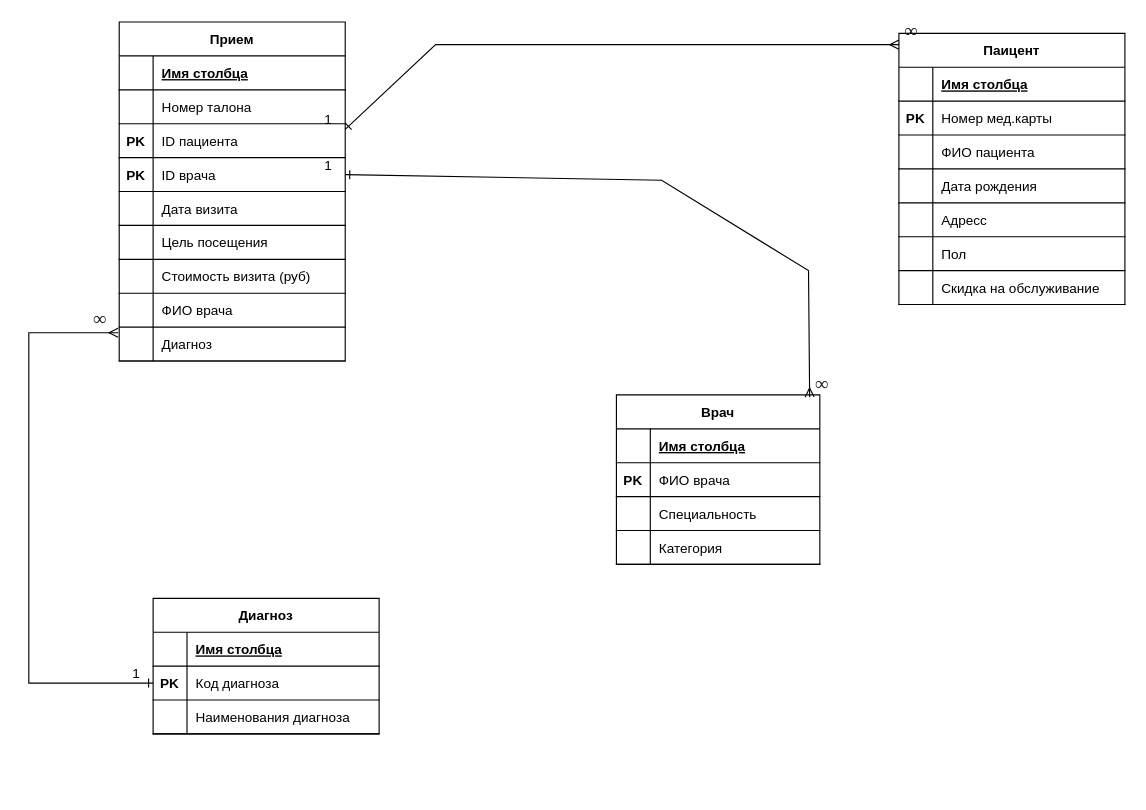
Above: ER пользовательская.drawio in Koloda2/ER-diagrams (draw.io), before the change. Source tidied: cells renumbered, new cells numbered last; positions are measured from the earlier drawing's top-left corner, leaving out a move shared by most shapes. Both pictures are drawn from the tidied source at 113%, with x=0, y=0 at pixel (28, 21).
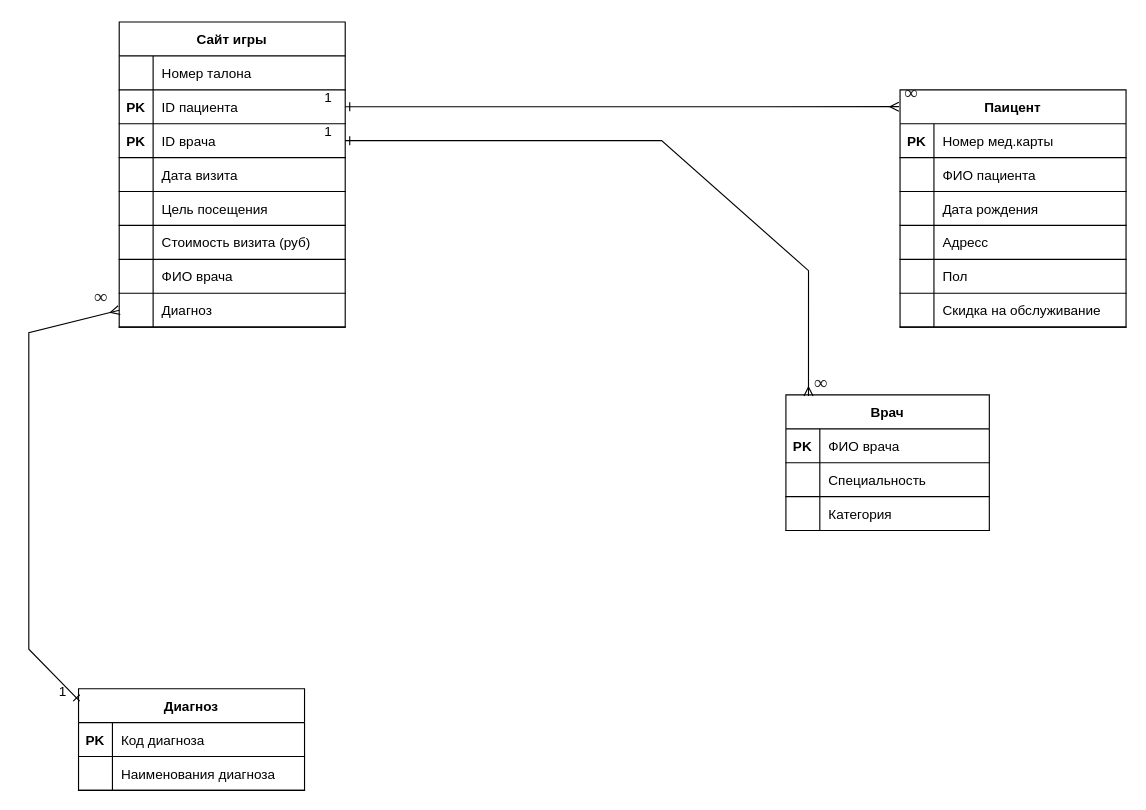
After the change.

Change to the diagram source:
```diff
@@
     <mxCell id="2" value="Врач" style="shape=table;startSize=30;childLayout=tableLayout;rowLines=0;fontStyle=1;align=center;" parent="1" vertex="1">
-      <mxGeometry x="520" y="330" width="180" height="150" as="geometry" />
+      <mxGeometry x="670" y="330" width="180" height="120" as="geometry" />
     </mxCell>
-    <mxCell id="3" style="shape=tableRow;horizontal=0;startSize=0;swimlaneHead=0;swimlaneBody=0;fillColor=none;top=0;left=0;right=0;bottom=1;" parent="2" vertex="1">
-      <mxGeometry y="30" width="180" height="30" as="geometry" />
-    </mxCell>
-    <mxCell id="4" style="shape=partialRectangle;fillColor=none;top=0;left=0;bottom=0;right=0;fontStyle=1;overflow=hidden;" parent="3" vertex="1">
-      <mxGeometry width="30" height="30" as="geometry" />
-    </mxCell>
-    <mxCell id="5" value="Имя столбца" style="shape=partialRectangle;fillColor=none;top=0;left=0;bottom=0;right=0;align=left;spacingLeft=6;fontStyle=5;overflow=hidden;" parent="3" vertex="1">
-      <mxGeometry x="30" width="150" height="30" as="geometry" />
-    </mxCell>
     <mxCell id="6" style="shape=tableRow;horizontal=0;startSize=0;swimlaneHead=0;swimlaneBody=0;fillColor=none;top=0;left=0;right=0;bottom=1;" parent="2" vertex="1">
-      <mxGeometry y="60" width="180" height="30" as="geometry" />
+      <mxGeometry y="30" width="180" height="30" as="geometry" />
     </mxCell>
@@
     <mxCell id="9" style="shape=tableRow;horizontal=0;startSize=0;swimlaneHead=0;swimlaneBody=0;fillColor=none;top=0;left=0;right=0;bottom=1;" parent="2" vertex="1">
-      <mxGeometry y="90" width="180" height="30" as="geometry" />
+      <mxGeometry y="60" width="180" height="30" as="geometry" />
     </mxCell>
@@
     <mxCell id="12" style="shape=tableRow;horizontal=0;startSize=0;swimlaneHead=0;swimlaneBody=0;fillColor=none;top=0;left=0;right=0;bottom=1;" parent="2" vertex="1">
-      <mxGeometry y="120" width="180" height="30" as="geometry" />
+      <mxGeometry y="90" width="180" height="30" as="geometry" />
     </mxCell>
@@
     <mxCell id="15" value="Паицент" style="shape=table;startSize=30;childLayout=tableLayout;rowLines=0;fontStyle=1;align=center;" parent="1" vertex="1">
-      <mxGeometry x="770" y="10" width="200" height="240" as="geometry" />
+      <mxGeometry x="771" y="60" width="200" height="210" as="geometry" />
     </mxCell>
-    <mxCell id="16" style="shape=tableRow;horizontal=0;startSize=0;swimlaneHead=0;swimlaneBody=0;fillColor=none;top=0;left=0;right=0;bottom=1;" parent="15" vertex="1">
-      <mxGeometry y="30" width="200" height="30" as="geometry" />
-    </mxCell>
-    <mxCell id="17" style="shape=partialRectangle;fillColor=none;top=0;left=0;bottom=0;right=0;fontStyle=1;overflow=hidden;" parent="16" vertex="1">
-      <mxGeometry width="30" height="30" as="geometry" />
-    </mxCell>
-    <mxCell id="18" value="Имя столбца" style="shape=partialRectangle;fillColor=none;top=0;left=0;bottom=0;right=0;align=left;spacingLeft=6;fontStyle=5;overflow=hidden;" parent="16" vertex="1">
-      <mxGeometry x="30" width="170" height="30" as="geometry" />
-    </mxCell>
     <mxCell id="19" style="shape=tableRow;horizontal=0;startSize=0;swimlaneHead=0;swimlaneBody=0;fillColor=none;top=0;left=0;right=0;bottom=1;" parent="15" vertex="1">
-      <mxGeometry y="60" width="200" height="30" as="geometry" />
+      <mxGeometry y="30" width="200" height="30" as="geometry" />
     </mxCell>
@@
     <mxCell id="22" style="shape=tableRow;horizontal=0;startSize=0;swimlaneHead=0;swimlaneBody=0;fillColor=none;top=0;left=0;right=0;bottom=1;" parent="15" vertex="1">
-      <mxGeometry y="90" width="200" height="30" as="geometry" />
+      <mxGeometry y="60" width="200" height="30" as="geometry" />
     </mxCell>
@@
     <mxCell id="25" style="shape=tableRow;horizontal=0;startSize=0;swimlaneHead=0;swimlaneBody=0;fillColor=none;top=0;left=0;right=0;bottom=1;" parent="15" vertex="1">
-      <mxGeometry y="120" width="200" height="30" as="geometry" />
+      <mxGeometry y="90" width="200" height="30" as="geometry" />
     </mxCell>
@@
     <mxCell id="28" style="shape=tableRow;horizontal=0;startSize=0;swimlaneHead=0;swimlaneBody=0;fillColor=none;top=0;left=0;right=0;bottom=1;" parent="15" vertex="1">
-      <mxGeometry y="150" width="200" height="30" as="geometry" />
+      <mxGeometry y="120" width="200" height="30" as="geometry" />
     </mxCell>
@@
     <mxCell id="31" style="shape=tableRow;horizontal=0;startSize=0;swimlaneHead=0;swimlaneBody=0;fillColor=none;top=0;left=0;right=0;bottom=1;" parent="15" vertex="1">
-      <mxGeometry y="180" width="200" height="30" as="geometry" />
+      <mxGeometry y="150" width="200" height="30" as="geometry" />
     </mxCell>
@@
     <mxCell id="34" style="shape=tableRow;horizontal=0;startSize=0;swimlaneHead=0;swimlaneBody=0;fillColor=none;top=0;left=0;right=0;bottom=1;" parent="15" vertex="1">
-      <mxGeometry y="210" width="200" height="30" as="geometry" />
+      <mxGeometry y="180" width="200" height="30" as="geometry" />
     </mxCell>
@@
-    <mxCell id="37" value="Прием" style="shape=table;startSize=30;childLayout=tableLayout;rowLines=0;fontStyle=1;align=center;" parent="1" vertex="1">
-      <mxGeometry x="80" width="200" height="300" as="geometry" />
+    <mxCell id="37" value="Сайт игры" style="shape=table;startSize=30;childLayout=tableLayout;rowLines=0;fontStyle=1;align=center;" parent="1" vertex="1">
+      <mxGeometry x="80" width="200" height="270" as="geometry" />
     </mxCell>
-    <mxCell id="38" style="shape=tableRow;horizontal=0;startSize=0;swimlaneHead=0;swimlaneBody=0;fillColor=none;top=0;left=0;right=0;bottom=1;" parent="37" vertex="1">
-      <mxGeometry y="30" width="200" height="30" as="geometry" />
-    </mxCell>
-    <mxCell id="39" style="shape=partialRectangle;fillColor=none;top=0;left=0;bottom=0;right=0;fontStyle=1;overflow=hidden;" parent="38" vertex="1">
-      <mxGeometry width="30" height="30" as="geometry" />
-    </mxCell>
-    <mxCell id="40" value="Имя столбца" style="shape=partialRectangle;fillColor=none;top=0;left=0;bottom=0;right=0;align=left;spacingLeft=6;fontStyle=5;overflow=hidden;" parent="38" vertex="1">
-      <mxGeometry x="30" width="170" height="30" as="geometry" />
-    </mxCell>
     <mxCell id="41" style="shape=tableRow;horizontal=0;startSize=0;swimlaneHead=0;swimlaneBody=0;fillColor=none;top=0;left=0;right=0;bottom=1;" parent="37" vertex="1">
-      <mxGeometry y="60" width="200" height="30" as="geometry" />
+      <mxGeometry y="30" width="200" height="30" as="geometry" />
     </mxCell>
@@
     <mxCell id="44" style="shape=tableRow;horizontal=0;startSize=0;swimlaneHead=0;swimlaneBody=0;fillColor=none;points=[[0,0.5],[1,0.5]];portConstraint=eastwest;top=0;left=0;right=0;bottom=1;" parent="37" vertex="1">
-      <mxGeometry y="90" width="200" height="30" as="geometry" />
+      <mxGeometry y="60" width="200" height="30" as="geometry" />
     </mxCell>
@@
     <mxCell id="47" style="shape=tableRow;horizontal=0;startSize=0;swimlaneHead=0;swimlaneBody=0;fillColor=none;points=[[0,0.5],[1,0.5]];portConstraint=eastwest;top=0;left=0;right=0;bottom=1;" parent="37" vertex="1">
-      <mxGeometry y="120" width="200" height="30" as="geometry" />
+      <mxGeometry y="90" width="200" height="30" as="geometry" />
     </mxCell>
@@
     <mxCell id="50" style="shape=tableRow;horizontal=0;startSize=0;swimlaneHead=0;swimlaneBody=0;fillColor=none;top=0;left=0;right=0;bottom=1;" parent="37" vertex="1">
-      <mxGeometry y="150" width="200" height="30" as="geometry" />
+      <mxGeometry y="120" width="200" height="30" as="geometry" />
     </mxCell>
@@
     <mxCell id="53" style="shape=tableRow;horizontal=0;startSize=0;swimlaneHead=0;swimlaneBody=0;fillColor=none;top=0;left=0;right=0;bottom=1;" parent="37" vertex="1">
-      <mxGeometry y="180" width="200" height="30" as="geometry" />
+      <mxGeometry y="150" width="200" height="30" as="geometry" />
     </mxCell>
@@
     <mxCell id="56" style="shape=tableRow;horizontal=0;startSize=0;swimlaneHead=0;swimlaneBody=0;fillColor=none;top=0;left=0;right=0;bottom=1;" parent="37" vertex="1">
-      <mxGeometry y="210" width="200" height="30" as="geometry" />
+      <mxGeometry y="180" width="200" height="30" as="geometry" />
     </mxCell>
@@
     <mxCell id="59" style="shape=tableRow;horizontal=0;startSize=0;swimlaneHead=0;swimlaneBody=0;fillColor=none;top=0;left=0;right=0;bottom=1;" parent="37" vertex="1">
-      <mxGeometry y="240" width="200" height="30" as="geometry" />
+      <mxGeometry y="210" width="200" height="30" as="geometry" />
     </mxCell>
@@
     <mxCell id="62" style="shape=tableRow;horizontal=0;startSize=0;swimlaneHead=0;swimlaneBody=0;fillColor=none;points=[[0,0.5],[1,0.5]];portConstraint=eastwest;top=0;left=0;right=0;bottom=1;" parent="37" vertex="1">
-      <mxGeometry y="270" width="200" height="30" as="geometry" />
+      <mxGeometry y="240" width="200" height="30" as="geometry" />
     </mxCell>
@@
     <mxCell id="65" value="Диагноз" style="shape=table;startSize=30;childLayout=tableLayout;rowLines=0;fontStyle=1;align=center;" parent="1" vertex="1">
-      <mxGeometry x="110" y="510" width="200" height="120" as="geometry" />
+      <mxGeometry x="44" y="590" width="200" height="90" as="geometry" />
     </mxCell>
-    <mxCell id="66" style="shape=tableRow;horizontal=0;startSize=0;swimlaneHead=0;swimlaneBody=0;fillColor=none;top=0;left=0;right=0;bottom=1;" parent="65" vertex="1">
-      <mxGeometry y="30" width="200" height="30" as="geometry" />
-    </mxCell>
-    <mxCell id="67" style="shape=partialRectangle;fillColor=none;top=0;left=0;bottom=0;right=0;fontStyle=1;overflow=hidden;" parent="66" vertex="1">
-      <mxGeometry width="30" height="30" as="geometry" />
-    </mxCell>
-    <mxCell id="68" value="Имя столбца" style="shape=partialRectangle;fillColor=none;top=0;left=0;bottom=0;right=0;align=left;spacingLeft=6;fontStyle=5;overflow=hidden;" parent="66" vertex="1">
-      <mxGeometry x="30" width="170" height="30" as="geometry" />
-    </mxCell>
     <mxCell id="69" style="shape=tableRow;horizontal=0;startSize=0;swimlaneHead=0;swimlaneBody=0;fillColor=none;points=[[0,0.5],[1,0.5]];portConstraint=eastwest;top=0;left=0;right=0;bottom=1;" parent="65" vertex="1">
-      <mxGeometry y="60" width="200" height="30" as="geometry" />
+      <mxGeometry y="30" width="200" height="30" as="geometry" />
     </mxCell>
@@
     <mxCell id="72" style="shape=tableRow;horizontal=0;startSize=0;swimlaneHead=0;swimlaneBody=0;fillColor=none;top=0;left=0;right=0;bottom=1;" parent="65" vertex="1">
-      <mxGeometry y="90" width="200" height="30" as="geometry" />
+      <mxGeometry y="60" width="200" height="30" as="geometry" />
     </mxCell>
@@
-    <mxCell id="75" style="endArrow=ERmany;html=1;rounded=0;startArrow=ERone;startFill=0;endFill=0;exitX=1;exitY=0.167;exitDx=0;exitDy=0;exitPerimeter=0;" parent="1" edge="1" source="44">
+    <mxCell id="75" style="endArrow=ERmany;html=1;rounded=0;startArrow=ERone;startFill=0;endFill=0;exitX=1;exitY=0.5;exitDx=0;exitDy=0;entryX=-0.005;entryY=0.071;entryDx=0;entryDy=0;entryPerimeter=0;" parent="1" edge="1" source="44" target="15">
       <mxGeometry relative="1" as="geometry">
-        <mxPoint x="770" y="20" as="targetPoint" />
         <Array as="points">
-          <mxPoint x="360" y="20" />
-          <mxPoint x="480" y="20" />
+          <mxPoint x="360" y="75" />
+          <mxPoint x="480" y="75" />
         </Array>
       </mxGeometry>
     </mxCell>
@@
-    <mxCell id="78" style="endArrow=ERmany;html=1;rounded=0;startArrow=ERone;startFill=0;endFill=0;entryX=0.95;entryY=0.013;entryDx=0;entryDy=0;entryPerimeter=0;exitX=1;exitY=0.5;exitDx=0;exitDy=0;" parent="1" edge="1" source="47" target="2">
+    <mxCell id="78" style="endArrow=ERmany;html=1;rounded=0;startArrow=ERone;startFill=0;endFill=0;exitX=1;exitY=0.5;exitDx=0;exitDy=0;entryX=0.111;entryY=0.008;entryDx=0;entryDy=0;entryPerimeter=0;" parent="1" edge="1" source="47" target="2">
       <mxGeometry relative="1" as="geometry">
         <Array as="points">
-          <mxPoint x="560" y="140" />
+          <mxPoint x="560" y="105" />
           <mxPoint x="690" y="220" />
         </Array>
       </mxGeometry>
     </mxCell>
@@
-    <mxCell id="81" style="endArrow=ERmany;html=1;rounded=0;startArrow=ERone;startFill=0;endFill=0;exitX=0;exitY=0.5;exitDx=0;exitDy=0;entryX=-0.005;entryY=0.167;entryDx=0;entryDy=0;entryPerimeter=0;" parent="1" edge="1" source="69" target="62">
+    <mxCell id="81" style="endArrow=ERmany;html=1;rounded=0;startArrow=ERone;startFill=0;endFill=0;entryX=0;entryY=0.5;entryDx=0;entryDy=0;exitX=0.005;exitY=0.122;exitDx=0;exitDy=0;exitPerimeter=0;" parent="1" edge="1" source="65" target="62">
       <mxGeometry relative="1" as="geometry">
         <Array as="points">
-          <mxPoint y="585" />
+          <mxPoint y="555" />
           <mxPoint y="275" />
         </Array>
       </mxGeometry>
     </mxCell>
```
